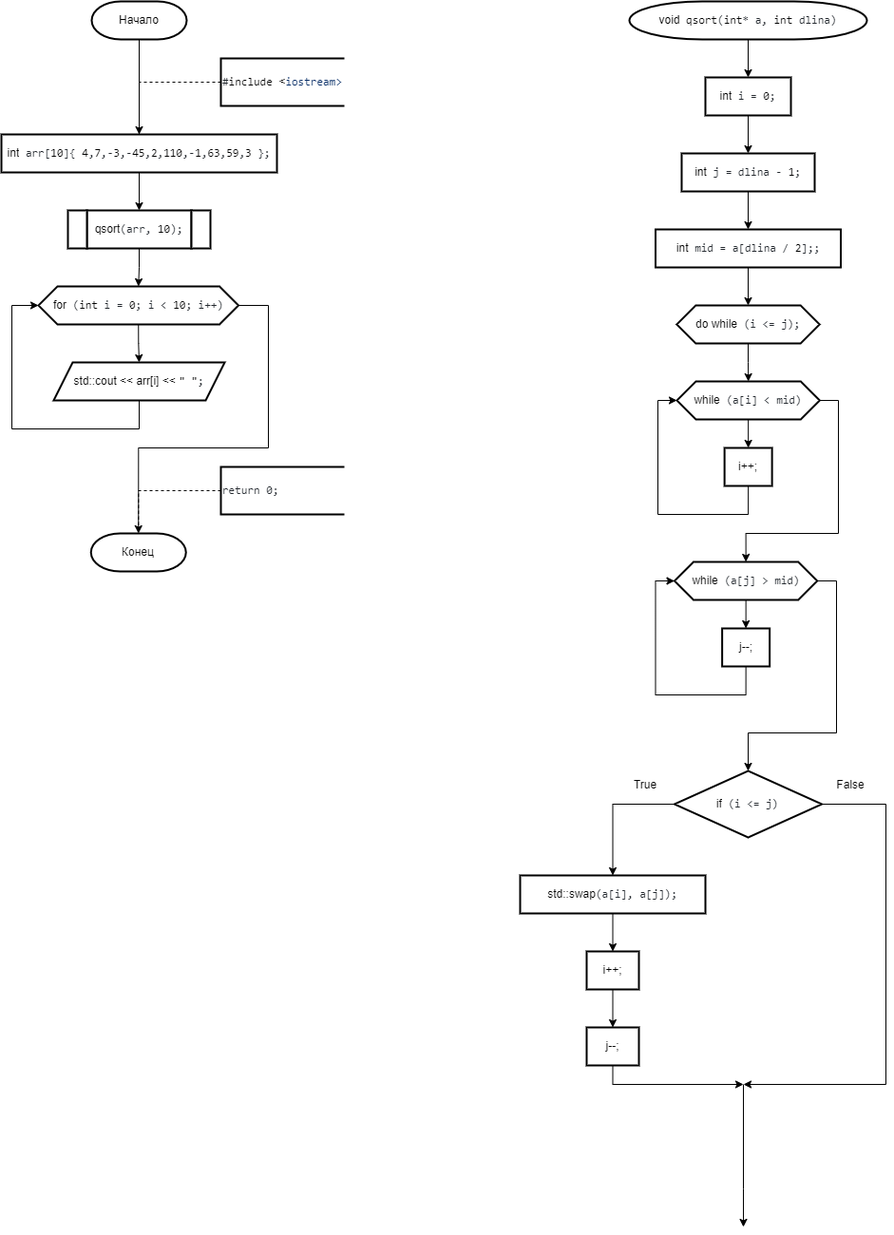
The draw.io diagram 2 Семестр/Labs/№9 Сложные сортировки быстрая (Хоара), слиянием, подсчетом, блочная, Шелла/Быстрая.png in IlyaFedoseev227/LABS-PNRPU-IVT-22-1b, before a commit. Source tidied: cells renumbered, new cells last; positions are measured from the earlier drawing's top-left corner, leaving out a move shared by most shapes.
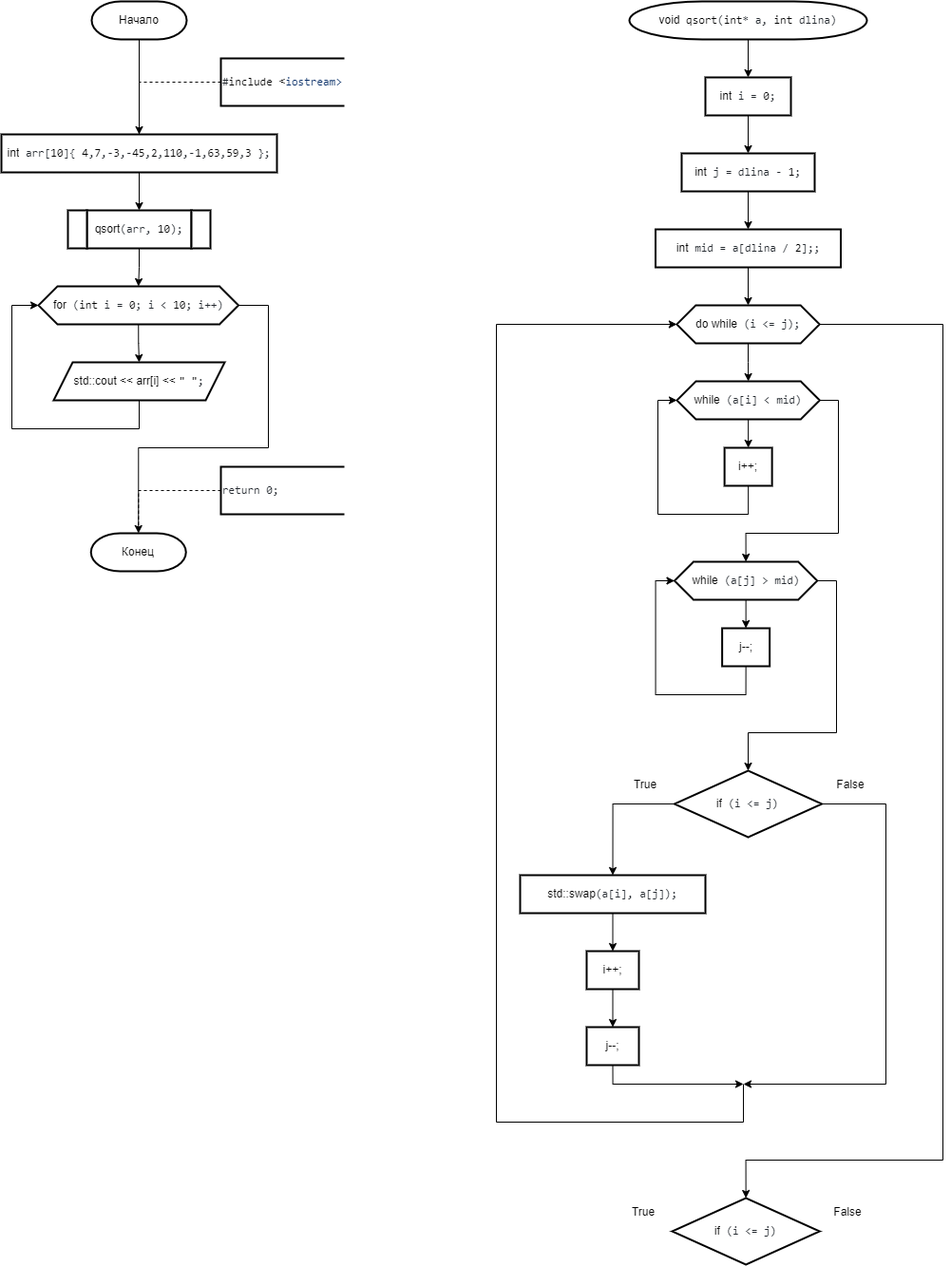
Above is the later version.

Change to the diagram source:
```diff
@@ -103,6 +103,15 @@
     <mxCell id="28" style="edgeStyle=orthogonalEdgeStyle;rounded=0;jettySize=auto;html=1;exitX=0.5;exitY=1;exitDx=0;exitDy=0;" parent="1" edge="1" source="29" target="32">
       <mxGeometry relative="1" as="geometry" />
     </mxCell>
+    <mxCell id="52" style="edgeStyle=orthogonalEdgeStyle;rounded=0;jettySize=auto;html=1;exitX=1;exitY=0.5;exitDx=0;exitDy=0;entryX=0.5;entryY=0;entryDx=0;entryDy=0;" parent="1" edge="1" source="29" target="53">
+      <mxGeometry relative="1" as="geometry">
+        <Array as="points">
+          <mxPoint x="991" y="340" />
+          <mxPoint x="991" y="1220" />
+          <mxPoint x="784" y="1220" />
+        </Array>
+      </mxGeometry>
+    </mxCell>
     <mxCell id="29" value="&lt;div style=&quot;text-align: start;&quot;&gt;do&amp;nbsp;&lt;span style=&quot;background-color: initial;&quot;&gt;while&lt;/span&gt;&lt;span style=&quot;color: rgb(36, 41, 47); font-family: ui-monospace, SFMono-Regular, &amp;quot;SF Mono&amp;quot;, Menlo, Consolas, &amp;quot;Liberation Mono&amp;quot;, monospace; background-color: rgb(255, 255, 255);&quot;&gt; (i &amp;lt;= j);&lt;/span&gt;&lt;/div&gt;" style="shape=hexagon;perimeter=hexagonPerimeter2;whiteSpace=wrap;html=1;fixedSize=1;strokeWidth=2;" parent="1" vertex="1">
       <mxGeometry x="710.9" y="320" width="150.2" height="40" as="geometry" />
     </mxCell>
@@ -172,13 +181,13 @@
         </Array>
       </mxGeometry>
     </mxCell>
-    <mxCell id="42" style="edgeStyle=orthogonalEdgeStyle;rounded=0;orthogonalLoop=1;jettySize=auto;html=1;" parent="1" edge="1">
+    <mxCell id="42" style="edgeStyle=orthogonalEdgeStyle;rounded=0;jettySize=auto;html=1;entryX=0;entryY=0.5;entryDx=0;entryDy=0;" parent="1" edge="1" target="29">
       <mxGeometry relative="1" as="geometry">
         <mxPoint x="781" y="1140" as="sourcePoint" />
-        <mxPoint x="781" y="1290" as="targetPoint" />
         <Array as="points">
-          <mxPoint x="781" y="1250" />
-          <mxPoint x="781" y="1250" />
+          <mxPoint x="781" y="1180" />
+          <mxPoint x="521" y="1180" />
+          <mxPoint x="521" y="340" />
         </Array>
       </mxGeometry>
     </mxCell>
@@ -214,5 +223,14 @@
     <mxCell id="51" value="&lt;div style=&quot;text-align: start;&quot;&gt;j--;&lt;br&gt;&lt;/div&gt;" style="shape=parallelogram;perimeter=parallelogramPerimeter;whiteSpace=wrap;html=1;fixedSize=1;strokeWidth=2;size=-6;" parent="1" vertex="1">
       <mxGeometry x="616" y="1080" width="55" height="40" as="geometry" />
     </mxCell>
+    <mxCell id="53" value="&lt;div style=&quot;text-align: start;&quot;&gt;if&lt;span style=&quot;color: rgb(36, 41, 47); font-family: ui-monospace, SFMono-Regular, &amp;quot;SF Mono&amp;quot;, Menlo, Consolas, &amp;quot;Liberation Mono&amp;quot;, monospace; background-color: rgb(255, 255, 255);&quot;&gt; (i &amp;lt;= j)&lt;/span&gt;&lt;br&gt;&lt;/div&gt;" style="rhombus;whiteSpace=wrap;html=1;strokeWidth=2;" parent="1" vertex="1">
+      <mxGeometry x="706.1" y="1260" width="155.1" height="70" as="geometry" />
+    </mxCell>
+    <mxCell id="54" value="True" style="text;html=1;strokeColor=none;fillColor=none;align=center;verticalAlign=middle;whiteSpace=wrap;rounded=0;strokeWidth=2;" parent="1" vertex="1">
+      <mxGeometry x="646.1" y="1260" width="60" height="30" as="geometry" />
+    </mxCell>
+    <mxCell id="55" value="False" style="text;html=1;strokeColor=none;fillColor=none;align=center;verticalAlign=middle;whiteSpace=wrap;rounded=0;strokeWidth=2;" parent="1" vertex="1">
+      <mxGeometry x="861.2" y="1260" width="60" height="30" as="geometry" />
+    </mxCell>
   </root>
 </mxGraphModel>
```
